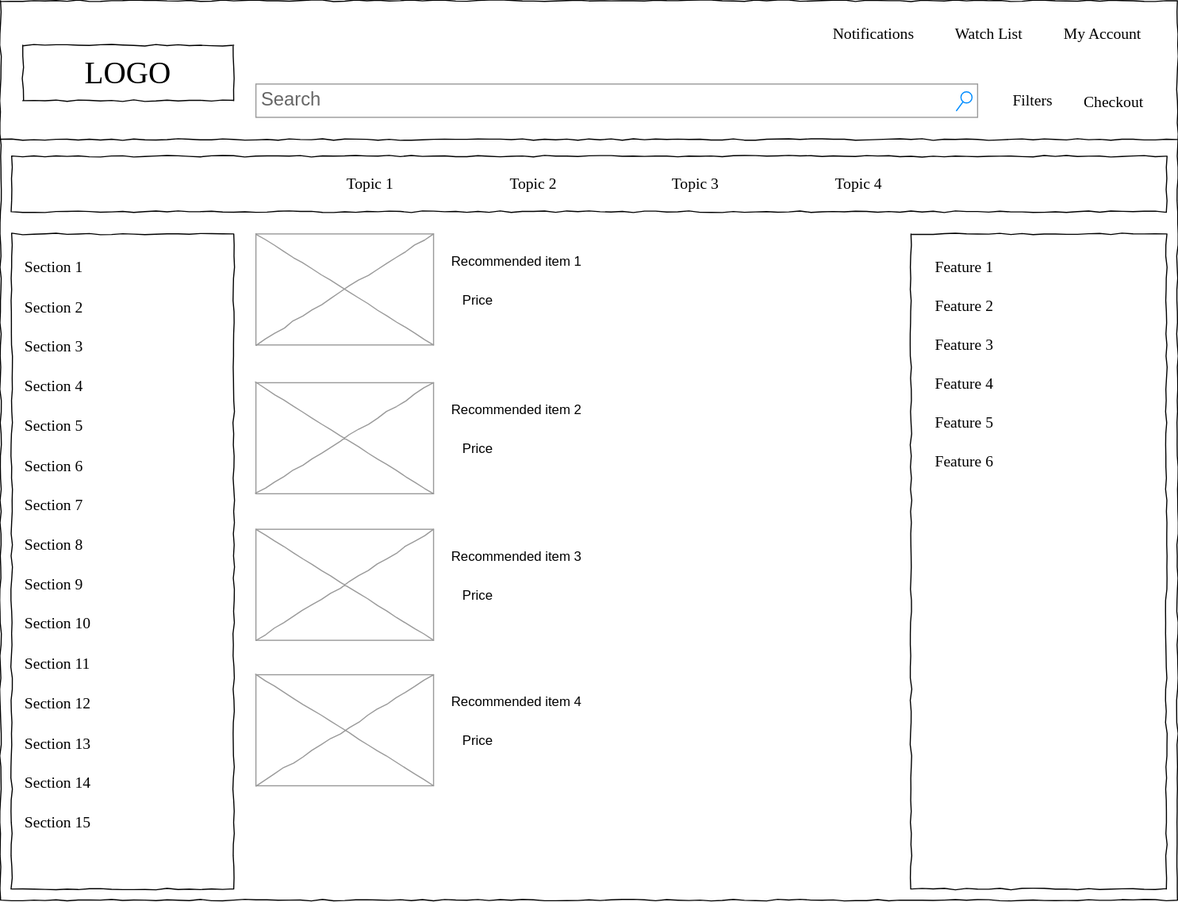
TurnipGuy30/SQL keeps this draw.io diagram as Images/Wireframe 1.svg. Above is the earlier version. Source tidied: cells renumbered, new cells last; positions are measured from the earlier drawing's top-left corner, leaving out a move shared by most shapes.
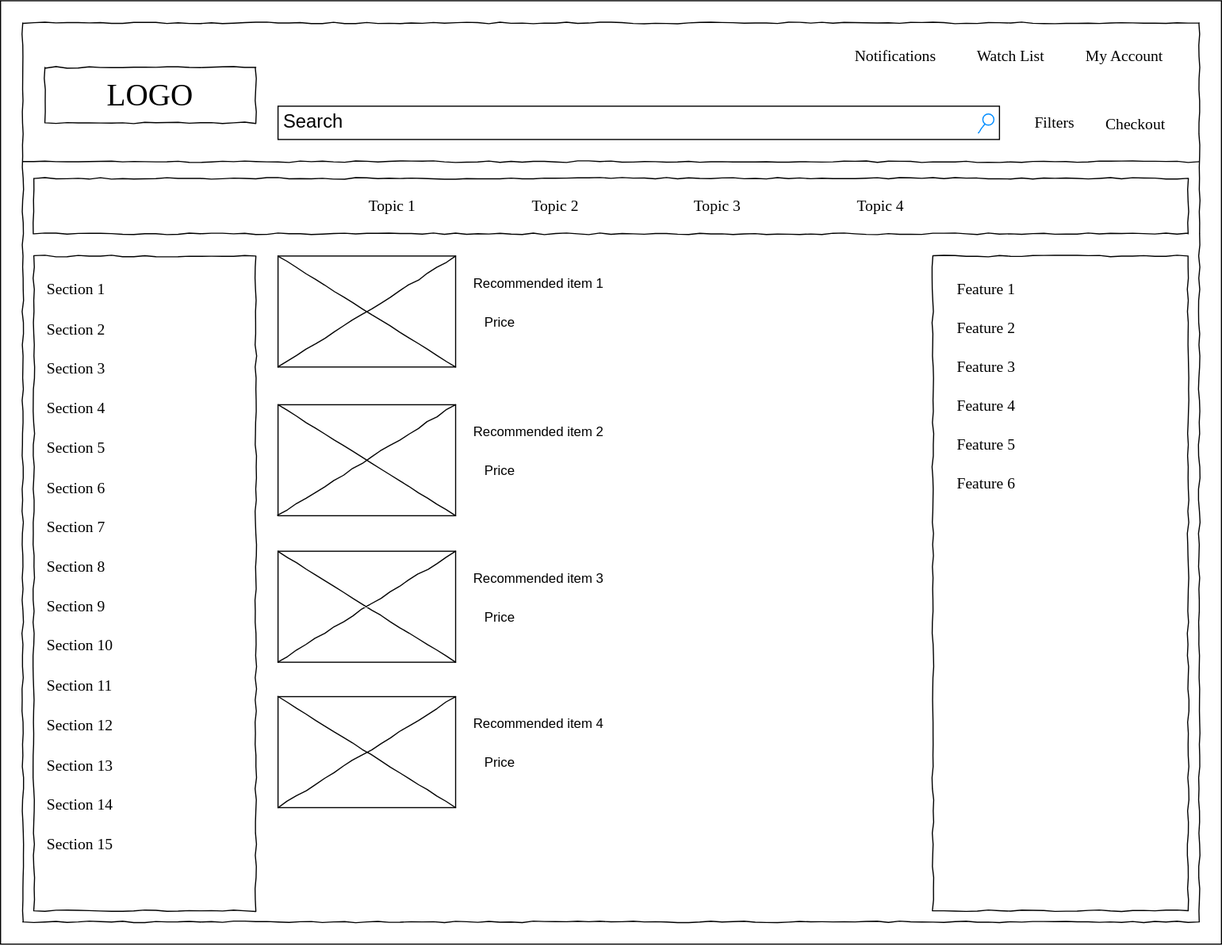
The same file after the commit.

Diff of the diagram source:
```diff
@@ -2,13 +2,16 @@
   <root>
     <mxCell id="0" />
     <mxCell id="1" parent="0" />
+    <mxCell id="51" style="rounded=0;whiteSpace=wrap;html=1;" parent="1" vertex="1">
+      <mxGeometry x="-20" y="-20" width="1100" height="850" as="geometry" />
+    </mxCell>
-    <mxCell id="2" style="whiteSpace=wrap;html=1;rounded=0;shadow=0;labelBackgroundColor=none;strokeColor=#000000;strokeWidth=1;fillColor=none;fontFamily=Verdana;fontSize=12;fontColor=#000000;align=center;comic=1;" parent="1" vertex="1">
+    <mxCell id="2" style="whiteSpace=wrap;html=1;rounded=0;shadow=0;labelBackgroundColor=none;strokeWidth=1;fontFamily=Verdana;fontSize=12;align=center;comic=1;" parent="1" vertex="1">
       <mxGeometry width="1060" height="810" as="geometry" />
     </mxCell>
     <mxCell id="3" value="LOGO" style="whiteSpace=wrap;html=1;rounded=0;shadow=0;labelBackgroundColor=none;strokeWidth=1;fontFamily=Verdana;fontSize=28;align=center;comic=1;" parent="1" vertex="1">
       <mxGeometry x="20" y="40" width="190" height="50" as="geometry" />
     </mxCell>
-    <mxCell id="4" value="Search" style="strokeWidth=1;shadow=0;dashed=0;align=center;html=1;shape=mxgraph.mockup.forms.searchBox;strokeColor=#999999;mainText=;strokeColor2=#008cff;fontColor=#666666;fontSize=17;align=left;spacingLeft=3;rounded=0;labelBackgroundColor=none;comic=1;" parent="1" vertex="1">
+    <mxCell id="4" value="Search" style="strokeWidth=1;shadow=0;dashed=0;align=center;html=1;shape=mxgraph.mockup.forms.searchBox;mainText=;strokeColor2=#008cff;fontSize=17;align=left;spacingLeft=3;rounded=0;labelBackgroundColor=none;comic=1;" parent="1" vertex="1">
       <mxGeometry x="230" y="75" width="650" height="30" as="geometry" />
     </mxCell>
     <mxCell id="5" value="Notifications" style="text;html=1;align=left;verticalAlign=top;spacingTop=-4;fontSize=14;fontFamily=Verdana;" parent="1" vertex="1">
@@ -20,13 +23,13 @@
     <mxCell id="7" value="My Account" style="text;html=1;align=left;verticalAlign=top;spacingTop=-4;fontSize=14;fontFamily=Verdana;" parent="1" vertex="1">
       <mxGeometry x="956" y="20" width="60" height="20" as="geometry" />
     </mxCell>
-    <mxCell id="8" style="whiteSpace=wrap;html=1;rounded=0;shadow=0;labelBackgroundColor=none;strokeWidth=1;fillColor=none;fontFamily=Verdana;fontSize=12;align=center;comic=1;" parent="1" vertex="1">
+    <mxCell id="8" style="whiteSpace=wrap;html=1;rounded=0;shadow=0;labelBackgroundColor=none;strokeWidth=1;fontFamily=Verdana;fontSize=12;align=center;comic=1;" parent="1" vertex="1">
       <mxGeometry x="10" y="210" width="200" height="590" as="geometry" />
     </mxCell>
-    <mxCell id="9" style="line;strokeWidth=1;html=1;rounded=0;shadow=0;labelBackgroundColor=none;fillColor=none;fontFamily=Verdana;fontSize=14;fontColor=#000000;align=center;comic=1;" parent="1" vertex="1">
+    <mxCell id="9" style="line;strokeWidth=1;html=1;rounded=0;shadow=0;labelBackgroundColor=none;fontFamily=Verdana;fontSize=14;align=center;comic=1;" parent="1" vertex="1">
       <mxGeometry y="120" width="1060" height="10" as="geometry" />
     </mxCell>
-    <mxCell id="10" style="whiteSpace=wrap;html=1;rounded=0;shadow=0;labelBackgroundColor=none;strokeWidth=1;fillColor=none;fontFamily=Verdana;fontSize=12;align=center;comic=1;" parent="1" vertex="1">
+    <mxCell id="10" style="whiteSpace=wrap;html=1;rounded=0;shadow=0;labelBackgroundColor=none;strokeWidth=1;fontFamily=Verdana;fontSize=12;align=center;comic=1;" parent="1" vertex="1">
       <mxGeometry x="10" y="140" width="1040" height="50" as="geometry" />
     </mxCell>
     <mxCell id="11" value="Topic 1" style="text;html=1;align=left;verticalAlign=top;spacingTop=-4;fontSize=14;fontFamily=Verdana;" parent="1" vertex="1">
@@ -41,10 +44,10 @@
     <mxCell id="14" value="Topic 4" style="text;html=1;align=left;verticalAlign=top;spacingTop=-4;fontSize=14;fontFamily=Verdana;" parent="1" vertex="1">
       <mxGeometry x="750" y="155" width="60" height="20" as="geometry" />
     </mxCell>
-    <mxCell id="15" style="verticalLabelPosition=bottom;shadow=0;dashed=0;align=center;html=1;verticalAlign=top;strokeWidth=1;shape=mxgraph.mockup.graphics.simpleIcon;strokeColor=#999999;rounded=0;labelBackgroundColor=none;fontFamily=Verdana;fontSize=14;fontColor=#000000;comic=1;" parent="1" vertex="1">
+    <mxCell id="15" style="verticalLabelPosition=bottom;shadow=0;dashed=0;align=center;html=1;verticalAlign=top;strokeWidth=1;shape=mxgraph.mockup.graphics.simpleIcon;rounded=0;labelBackgroundColor=none;fontFamily=Verdana;fontSize=14;comic=1;" parent="1" vertex="1">
       <mxGeometry x="230" y="210" width="160" height="100" as="geometry" />
     </mxCell>
-    <mxCell id="16" style="whiteSpace=wrap;html=1;rounded=0;shadow=0;labelBackgroundColor=none;strokeWidth=1;fillColor=none;fontFamily=Verdana;fontSize=12;align=center;comic=1;" parent="1" vertex="1">
+    <mxCell id="16" style="whiteSpace=wrap;html=1;rounded=0;shadow=0;labelBackgroundColor=none;strokeWidth=1;fontFamily=Verdana;fontSize=12;align=center;comic=1;" parent="1" vertex="1">
       <mxGeometry x="820" y="210" width="230" height="590" as="geometry" />
     </mxCell>
     <mxCell id="17" value="Section 1" style="text;html=1;align=left;verticalAlign=top;spacingTop=-4;fontSize=14;fontFamily=Verdana;" parent="1" vertex="1">
@@ -113,37 +116,37 @@
     <mxCell id="38" value="Filters" style="text;html=1;align=left;verticalAlign=top;spacingTop=-4;fontSize=14;fontFamily=Verdana;" parent="1" vertex="1">
       <mxGeometry x="910" y="79.5" width="60" height="20" as="geometry" />
     </mxCell>
-    <mxCell id="39" value="Recommended item 1" style="text;html=1;strokeColor=none;fillColor=none;align=center;verticalAlign=middle;whiteSpace=wrap;rounded=0;" parent="1" vertex="1">
+    <mxCell id="39" value="Recommended item 1" style="text;html=1;align=center;verticalAlign=middle;whiteSpace=wrap;rounded=0;" parent="1" vertex="1">
       <mxGeometry x="400" y="220" width="130" height="30" as="geometry" />
     </mxCell>
-    <mxCell id="40" value="Price" style="text;html=1;strokeColor=none;fillColor=none;align=center;verticalAlign=middle;whiteSpace=wrap;rounded=0;" parent="1" vertex="1">
+    <mxCell id="40" value="Price" style="text;html=1;align=center;verticalAlign=middle;whiteSpace=wrap;rounded=0;" parent="1" vertex="1">
       <mxGeometry x="400" y="255" width="60" height="30" as="geometry" />
     </mxCell>
-    <mxCell id="41" style="verticalLabelPosition=bottom;shadow=0;dashed=0;align=center;html=1;verticalAlign=top;strokeWidth=1;shape=mxgraph.mockup.graphics.simpleIcon;strokeColor=#999999;rounded=0;labelBackgroundColor=none;fontFamily=Verdana;fontSize=14;fontColor=#000000;comic=1;" parent="1" vertex="1">
+    <mxCell id="41" style="verticalLabelPosition=bottom;shadow=0;dashed=0;align=center;html=1;verticalAlign=top;strokeWidth=1;shape=mxgraph.mockup.graphics.simpleIcon;rounded=0;labelBackgroundColor=none;fontFamily=Verdana;fontSize=14;comic=1;" parent="1" vertex="1">
       <mxGeometry x="230" y="344" width="160" height="100" as="geometry" />
     </mxCell>
-    <mxCell id="42" value="Recommended item 2" style="text;html=1;strokeColor=none;fillColor=none;align=center;verticalAlign=middle;whiteSpace=wrap;rounded=0;" parent="1" vertex="1">
+    <mxCell id="42" value="Recommended item 2" style="text;html=1;align=center;verticalAlign=middle;whiteSpace=wrap;rounded=0;" parent="1" vertex="1">
       <mxGeometry x="400" y="354" width="130" height="30" as="geometry" />
     </mxCell>
-    <mxCell id="43" value="Price" style="text;html=1;strokeColor=none;fillColor=none;align=center;verticalAlign=middle;whiteSpace=wrap;rounded=0;" parent="1" vertex="1">
+    <mxCell id="43" value="Price" style="text;html=1;align=center;verticalAlign=middle;whiteSpace=wrap;rounded=0;" parent="1" vertex="1">
       <mxGeometry x="400" y="389" width="60" height="30" as="geometry" />
     </mxCell>
-    <mxCell id="44" style="verticalLabelPosition=bottom;shadow=0;dashed=0;align=center;html=1;verticalAlign=top;strokeWidth=1;shape=mxgraph.mockup.graphics.simpleIcon;strokeColor=#999999;rounded=0;labelBackgroundColor=none;fontFamily=Verdana;fontSize=14;fontColor=#000000;comic=1;" parent="1" vertex="1">
+    <mxCell id="44" style="verticalLabelPosition=bottom;shadow=0;dashed=0;align=center;html=1;verticalAlign=top;strokeWidth=1;shape=mxgraph.mockup.graphics.simpleIcon;rounded=0;labelBackgroundColor=none;fontFamily=Verdana;fontSize=14;comic=1;" parent="1" vertex="1">
       <mxGeometry x="230" y="476" width="160" height="100" as="geometry" />
     </mxCell>
-    <mxCell id="45" value="Recommended item 3" style="text;html=1;strokeColor=none;fillColor=none;align=center;verticalAlign=middle;whiteSpace=wrap;rounded=0;" parent="1" vertex="1">
+    <mxCell id="45" value="Recommended item 3" style="text;html=1;align=center;verticalAlign=middle;whiteSpace=wrap;rounded=0;" parent="1" vertex="1">
       <mxGeometry x="400" y="486" width="130" height="30" as="geometry" />
     </mxCell>
-    <mxCell id="46" value="Price" style="text;html=1;strokeColor=none;fillColor=none;align=center;verticalAlign=middle;whiteSpace=wrap;rounded=0;" parent="1" vertex="1">
+    <mxCell id="46" value="Price" style="text;html=1;align=center;verticalAlign=middle;whiteSpace=wrap;rounded=0;" parent="1" vertex="1">
       <mxGeometry x="400" y="521" width="60" height="30" as="geometry" />
     </mxCell>
-    <mxCell id="47" style="verticalLabelPosition=bottom;shadow=0;dashed=0;align=center;html=1;verticalAlign=top;strokeWidth=1;shape=mxgraph.mockup.graphics.simpleIcon;strokeColor=#999999;rounded=0;labelBackgroundColor=none;fontFamily=Verdana;fontSize=14;fontColor=#000000;comic=1;" parent="1" vertex="1">
+    <mxCell id="47" style="verticalLabelPosition=bottom;shadow=0;dashed=0;align=center;html=1;verticalAlign=top;strokeWidth=1;shape=mxgraph.mockup.graphics.simpleIcon;rounded=0;labelBackgroundColor=none;fontFamily=Verdana;fontSize=14;comic=1;" parent="1" vertex="1">
       <mxGeometry x="230" y="607" width="160" height="100" as="geometry" />
     </mxCell>
-    <mxCell id="48" value="Recommended item 4" style="text;html=1;strokeColor=none;fillColor=none;align=center;verticalAlign=middle;whiteSpace=wrap;rounded=0;" parent="1" vertex="1">
+    <mxCell id="48" value="Recommended item 4" style="text;html=1;align=center;verticalAlign=middle;whiteSpace=wrap;rounded=0;" parent="1" vertex="1">
       <mxGeometry x="400" y="617" width="130" height="30" as="geometry" />
     </mxCell>
-    <mxCell id="49" value="Price" style="text;html=1;strokeColor=none;fillColor=none;align=center;verticalAlign=middle;whiteSpace=wrap;rounded=0;" parent="1" vertex="1">
+    <mxCell id="49" value="Price" style="text;html=1;align=center;verticalAlign=middle;whiteSpace=wrap;rounded=0;" parent="1" vertex="1">
       <mxGeometry x="400" y="652" width="60" height="30" as="geometry" />
     </mxCell>
     <mxCell id="50" value="Checkout" style="text;html=1;align=left;verticalAlign=top;spacingTop=-4;fontSize=14;fontFamily=Verdana;" parent="1" vertex="1">
```
